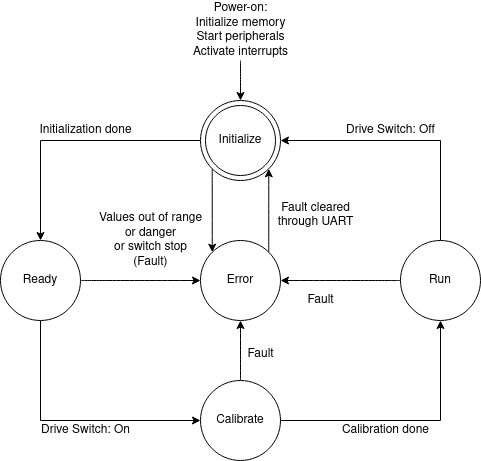
This is Overview/StateMachine.png from SR-Madsen/ElectricGoKart, a draw.io export, as it was before one commit. Source tidied: cells renumbered, new cells last; positions are measured from the earlier drawing's top-left corner, leaving out a move shared by most shapes. Source of this version:
```xml
<mxGraphModel>
  <root>
    <mxCell id="0" />
    <mxCell id="1" parent="0" />
    <mxCell id="2" style="edgeStyle=orthogonalEdgeStyle;rounded=0;jettySize=auto;html=1;" parent="1" edge="1" source="4" target="8">
      <mxGeometry relative="1" as="geometry" />
    </mxCell>
    <mxCell id="3" style="edgeStyle=orthogonalEdgeStyle;curved=1;jettySize=auto;html=1;exitX=0;exitY=1;exitDx=0;exitDy=0;entryX=0;entryY=0;entryDx=0;entryDy=0;" parent="1" edge="1" source="4" target="16">
      <mxGeometry relative="1" as="geometry" />
    </mxCell>
    <mxCell id="4" style="ellipse;whiteSpace=wrap;html=1;" parent="1" vertex="1">
      <mxGeometry x="200" y="100" width="80" height="80" as="geometry" />
    </mxCell>
    <mxCell id="5" value="Initialize" style="ellipse;whiteSpace=wrap;html=1;" parent="1" vertex="1">
      <mxGeometry x="205" y="105" width="70" height="70" as="geometry" />
    </mxCell>
    <mxCell id="6" style="edgeStyle=orthogonalEdgeStyle;curved=1;jettySize=auto;html=1;exitX=1;exitY=0.5;exitDx=0;exitDy=0;entryX=0;entryY=0.5;entryDx=0;entryDy=0;" parent="1" edge="1" source="8" target="16">
      <mxGeometry relative="1" as="geometry" />
    </mxCell>
    <mxCell id="7" style="edgeStyle=orthogonalEdgeStyle;rounded=0;jettySize=auto;html=1;exitX=0.5;exitY=1;exitDx=0;exitDy=0;entryX=0;entryY=0.5;entryDx=0;entryDy=0;" parent="1" edge="1" source="8" target="11">
      <mxGeometry relative="1" as="geometry" />
    </mxCell>
    <mxCell id="8" value="Ready" style="ellipse;whiteSpace=wrap;html=1;" parent="1" vertex="1">
      <mxGeometry y="240" width="80" height="80" as="geometry" />
    </mxCell>
    <mxCell id="9" style="edgeStyle=orthogonalEdgeStyle;rounded=0;jettySize=auto;html=1;entryX=0.5;entryY=1;entryDx=0;entryDy=0;" parent="1" edge="1" source="11" target="14">
      <mxGeometry relative="1" as="geometry" />
    </mxCell>
    <mxCell id="10" style="edgeStyle=orthogonalEdgeStyle;curved=1;jettySize=auto;html=1;exitX=0.5;exitY=0;exitDx=0;exitDy=0;entryX=0.5;entryY=1;entryDx=0;entryDy=0;" parent="1" edge="1" source="11" target="16">
      <mxGeometry relative="1" as="geometry" />
    </mxCell>
    <mxCell id="11" value="Calibrate" style="ellipse;whiteSpace=wrap;html=1;" parent="1" vertex="1">
      <mxGeometry x="200" y="380" width="80" height="80" as="geometry" />
    </mxCell>
    <mxCell id="12" style="edgeStyle=orthogonalEdgeStyle;rounded=0;jettySize=auto;html=1;exitX=0.5;exitY=0;exitDx=0;exitDy=0;entryX=1;entryY=0.5;entryDx=0;entryDy=0;" parent="1" edge="1" source="14" target="4">
      <mxGeometry relative="1" as="geometry" />
    </mxCell>
    <mxCell id="13" style="edgeStyle=orthogonalEdgeStyle;curved=1;jettySize=auto;html=1;exitX=0;exitY=0.5;exitDx=0;exitDy=0;entryX=1;entryY=0.5;entryDx=0;entryDy=0;" parent="1" edge="1" source="14" target="16">
      <mxGeometry relative="1" as="geometry" />
    </mxCell>
    <mxCell id="14" value="Run" style="ellipse;whiteSpace=wrap;html=1;" parent="1" vertex="1">
      <mxGeometry x="400" y="240" width="80" height="80" as="geometry" />
    </mxCell>
    <mxCell id="15" style="edgeStyle=orthogonalEdgeStyle;curved=1;jettySize=auto;html=1;exitX=1;exitY=0;exitDx=0;exitDy=0;entryX=1;entryY=1;entryDx=0;entryDy=0;" parent="1" edge="1" source="16" target="4">
      <mxGeometry relative="1" as="geometry" />
    </mxCell>
    <mxCell id="16" value="Error" style="ellipse;whiteSpace=wrap;html=1;" parent="1" vertex="1">
      <mxGeometry x="200" y="240" width="80" height="80" as="geometry" />
    </mxCell>
    <mxCell id="17" value="Initialization done" style="text;html=1;align=center;verticalAlign=middle;" parent="1" vertex="1">
      <mxGeometry x="30" y="120" width="110" height="20" as="geometry" />
    </mxCell>
    <mxCell id="18" value="Drive Switch: On" style="text;html=1;align=center;verticalAlign=middle;" parent="1" vertex="1">
      <mxGeometry x="35" y="420" width="100" height="20" as="geometry" />
    </mxCell>
    <mxCell id="19" value="Calibration done" style="text;html=1;align=center;verticalAlign=middle;" parent="1" vertex="1">
      <mxGeometry x="330" y="420" width="110" height="20" as="geometry" />
    </mxCell>
    <mxCell id="20" value="Drive Switch: Off" style="text;html=1;align=center;verticalAlign=middle;" parent="1" vertex="1">
      <mxGeometry x="340" y="120" width="100" height="20" as="geometry" />
    </mxCell>
    <mxCell id="21" value="&lt;div&gt;Values out of range&lt;/div&gt;&lt;div&gt;or danger&lt;/div&gt;&lt;div&gt;or switch stop&lt;/div&gt;&lt;div&gt;(Fault)&lt;br&gt;&lt;/div&gt;" style="text;html=1;align=center;verticalAlign=middle;" parent="1" vertex="1">
      <mxGeometry x="90" y="210" width="120" height="60" as="geometry" />
    </mxCell>
    <mxCell id="22" value="Fault" style="text;html=1;align=center;verticalAlign=middle;" parent="1" vertex="1">
      <mxGeometry x="300" y="290" width="40" height="20" as="geometry" />
    </mxCell>
    <mxCell id="23" value="Fault" style="text;html=1;align=center;verticalAlign=middle;" parent="1" vertex="1">
      <mxGeometry x="240" y="344" width="40" height="20" as="geometry" />
    </mxCell>
    <mxCell id="24" style="edgeStyle=orthogonalEdgeStyle;curved=1;jettySize=auto;html=1;" parent="1" edge="1" source="25">
      <mxGeometry relative="1" as="geometry">
        <mxPoint x="240" y="100" as="targetPoint" />
      </mxGeometry>
    </mxCell>
    <mxCell id="25" value="&lt;div&gt;Power-on:&lt;/div&gt;&lt;div&gt;Initialize memory&lt;br&gt;&lt;/div&gt;&lt;div&gt;Start peripherals&lt;/div&gt;&lt;div&gt;Activate interrupts&lt;/div&gt;" style="text;html=1;align=center;verticalAlign=middle;points=[];" parent="1" vertex="1">
      <mxGeometry x="185" width="110" height="60" as="geometry" />
    </mxCell>
    <mxCell id="26" value="&lt;div&gt;Fault cleared&lt;/div&gt;&lt;div&gt;through UART&lt;br&gt;&lt;/div&gt;" style="text;html=1;align=center;verticalAlign=middle;" parent="1" vertex="1">
      <mxGeometry x="270" y="200" width="90" height="30" as="geometry" />
    </mxCell>
  </root>
</mxGraphModel>
```
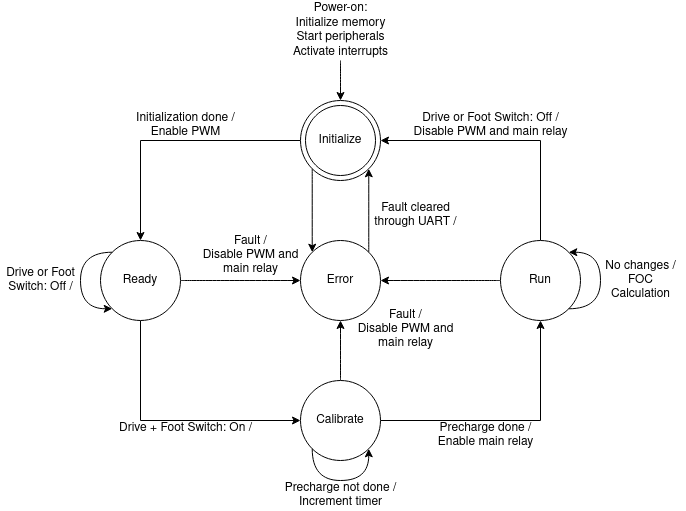
After the commit.

What changed in the source:
```diff
@@ -47,37 +47,67 @@
     <mxCell id="16" value="Error" style="ellipse;whiteSpace=wrap;html=1;" parent="1" vertex="1">
       <mxGeometry x="200" y="240" width="80" height="80" as="geometry" />
     </mxCell>
-    <mxCell id="17" value="Initialization done" style="text;html=1;align=center;verticalAlign=middle;" parent="1" vertex="1">
-      <mxGeometry x="30" y="120" width="110" height="20" as="geometry" />
+    <mxCell id="17" value="&lt;div&gt;Initialization done /&lt;/div&gt;Enable PWM" style="text;html=1;align=center;verticalAlign=middle;" parent="1" vertex="1">
+      <mxGeometry x="30" y="110" width="110" height="30" as="geometry" />
     </mxCell>
-    <mxCell id="18" value="Drive Switch: On" style="text;html=1;align=center;verticalAlign=middle;" parent="1" vertex="1">
-      <mxGeometry x="35" y="420" width="100" height="20" as="geometry" />
+    <mxCell id="18" value="&lt;div&gt;Drive + Foot Switch: On /&lt;/div&gt;&lt;div&gt;&lt;br&gt;&lt;/div&gt;" style="text;html=1;align=center;verticalAlign=middle;" parent="1" vertex="1">
+      <mxGeometry x="10" y="420" width="150" height="30" as="geometry" />
     </mxCell>
-    <mxCell id="19" value="Calibration done" style="text;html=1;align=center;verticalAlign=middle;" parent="1" vertex="1">
-      <mxGeometry x="330" y="420" width="110" height="20" as="geometry" />
+    <mxCell id="19" value="&lt;div&gt;Precharge done /&lt;/div&gt;&lt;div&gt;Enable main relay&lt;br&gt;&lt;/div&gt;" style="text;html=1;align=center;verticalAlign=middle;" parent="1" vertex="1">
+      <mxGeometry x="330" y="420" width="110" height="30" as="geometry" />
     </mxCell>
-    <mxCell id="20" value="Drive Switch: Off" style="text;html=1;align=center;verticalAlign=middle;" parent="1" vertex="1">
-      <mxGeometry x="340" y="120" width="100" height="20" as="geometry" />
+    <mxCell id="20" value="&lt;div&gt;Drive or Foot Switch: Off /&lt;/div&gt;&lt;div&gt;Disable PWM and main relay&lt;br&gt;&lt;/div&gt;" style="text;html=1;align=center;verticalAlign=middle;" parent="1" vertex="1">
+      <mxGeometry x="305" y="110" width="170" height="30" as="geometry" />
     </mxCell>
-    <mxCell id="21" value="&lt;div&gt;Values out of range&lt;/div&gt;&lt;div&gt;or danger&lt;/div&gt;&lt;div&gt;or switch stop&lt;/div&gt;&lt;div&gt;(Fault)&lt;br&gt;&lt;/div&gt;" style="text;html=1;align=center;verticalAlign=middle;" parent="1" vertex="1">
-      <mxGeometry x="90" y="210" width="120" height="60" as="geometry" />
+    <mxCell id="21" value="&lt;div&gt;Fault /&lt;/div&gt;&lt;div&gt;Disable PWM and&lt;/div&gt;&lt;div&gt;main relay&lt;br&gt;&lt;/div&gt;" style="text;html=1;align=center;verticalAlign=middle;" parent="1" vertex="1">
+      <mxGeometry x="95" y="230" width="110" height="50" as="geometry" />
     </mxCell>
-    <mxCell id="22" value="Fault" style="text;html=1;align=center;verticalAlign=middle;" parent="1" vertex="1">
-      <mxGeometry x="300" y="290" width="40" height="20" as="geometry" />
+    <mxCell id="22" value="&lt;div&gt;Fault /&lt;/div&gt;&lt;div&gt;Disable PWM and&lt;/div&gt;&lt;div&gt;main relay&lt;br&gt;&lt;/div&gt;" style="text;html=1;align=center;verticalAlign=middle;" parent="1" vertex="1">
+      <mxGeometry x="250" y="304" width="110" height="50" as="geometry" />
     </mxCell>
-    <mxCell id="23" value="Fault" style="text;html=1;align=center;verticalAlign=middle;" parent="1" vertex="1">
-      <mxGeometry x="240" y="344" width="40" height="20" as="geometry" />
+    <mxCell id="23" style="edgeStyle=orthogonalEdgeStyle;curved=1;jettySize=auto;html=1;" parent="1" edge="1" source="24">
+      <mxGeometry relative="1" as="geometry">
+        <mxPoint x="240" y="100" as="targetPoint" />
+      </mxGeometry>
     </mxCell>
-    <mxCell id="24" style="edgeStyle=orthogonalEdgeStyle;curved=1;jettySize=auto;html=1;" parent="1" edge="1" source="25">
-      <mxGeometry relative="1" as="geometry">
-        <mxPoint x="240" y="100" as="targetPoint" />
-      </mxGeometry>
+    <mxCell id="24" value="&lt;div&gt;Power-on:&lt;/div&gt;&lt;div&gt;Initialize memory&lt;br&gt;&lt;/div&gt;&lt;div&gt;Start peripherals&lt;/div&gt;&lt;div&gt;Activate interrupts&lt;/div&gt;" style="text;html=1;align=center;verticalAlign=middle;points=[];" parent="1" vertex="1">
+      <mxGeometry x="185" width="110" height="60" as="geometry" />
     </mxCell>
-    <mxCell id="25" value="&lt;div&gt;Power-on:&lt;/div&gt;&lt;div&gt;Initialize memory&lt;br&gt;&lt;/div&gt;&lt;div&gt;Start peripherals&lt;/div&gt;&lt;div&gt;Activate interrupts&lt;/div&gt;" style="text;html=1;align=center;verticalAlign=middle;points=[];" parent="1" vertex="1">
-      <mxGeometry x="185" width="110" height="60" as="geometry" />
+    <mxCell id="25" value="&lt;div&gt;Fault cleared&lt;/div&gt;&lt;div&gt;through UART /&lt;/div&gt;" style="text;html=1;align=center;verticalAlign=middle;points=[];" parent="1" vertex="1">
+      <mxGeometry x="265" y="200" width="100" height="30" as="geometry" />
     </mxCell>
-    <mxCell id="26" value="&lt;div&gt;Fault cleared&lt;/div&gt;&lt;div&gt;through UART&lt;br&gt;&lt;/div&gt;" style="text;html=1;align=center;verticalAlign=middle;" parent="1" vertex="1">
-      <mxGeometry x="270" y="200" width="90" height="30" as="geometry" />
+    <mxCell id="26" style="edgeStyle=orthogonalEdgeStyle;orthogonalLoop=1;jettySize=auto;html=1;exitX=0;exitY=0;exitDx=0;exitDy=0;entryX=0;entryY=1;entryDx=0;entryDy=0;curved=1;" parent="1" edge="1" source="8" target="8">
+      <mxGeometry relative="1" as="geometry">
+        <Array as="points">
+          <mxPoint x="-20" y="252" />
+          <mxPoint x="-20" y="308" />
+        </Array>
+      </mxGeometry>
     </mxCell>
+    <mxCell id="27" value="&lt;div&gt;Drive or Foot&lt;/div&gt;&lt;div&gt;Switch: Off /&lt;/div&gt;" style="text;html=1;align=center;verticalAlign=middle;strokeColor=none;" parent="1" vertex="1">
+      <mxGeometry x="-100" y="265" width="80" height="30" as="geometry" />
+    </mxCell>
+    <mxCell id="28" style="edgeStyle=orthogonalEdgeStyle;curved=1;orthogonalLoop=1;jettySize=auto;html=1;exitX=0;exitY=1;exitDx=0;exitDy=0;entryX=1;entryY=1;entryDx=0;entryDy=0;" parent="1" edge="1" source="11" target="11">
+      <mxGeometry relative="1" as="geometry">
+        <Array as="points">
+          <mxPoint x="212" y="480" />
+          <mxPoint x="268" y="480" />
+        </Array>
+      </mxGeometry>
+    </mxCell>
+    <mxCell id="29" value="&lt;div&gt;Precharge not done /&lt;/div&gt;&lt;div&gt;Increment timer&lt;br&gt;&lt;/div&gt;" style="text;html=1;align=center;verticalAlign=middle;strokeColor=none;" parent="1" vertex="1">
+      <mxGeometry x="175" y="480" width="130" height="30" as="geometry" />
+    </mxCell>
+    <mxCell id="30" style="edgeStyle=orthogonalEdgeStyle;curved=1;orthogonalLoop=1;jettySize=auto;html=1;exitX=1;exitY=1;exitDx=0;exitDy=0;entryX=1;entryY=0;entryDx=0;entryDy=0;" parent="1" edge="1" source="14" target="14">
+      <mxGeometry relative="1" as="geometry">
+        <Array as="points">
+          <mxPoint x="500" y="308" />
+          <mxPoint x="500" y="252" />
+        </Array>
+      </mxGeometry>
+    </mxCell>
+    <mxCell id="31" value="&lt;div&gt;No changes /&lt;/div&gt;&lt;div&gt;FOC &lt;br&gt;&lt;/div&gt;&lt;div&gt;Calculation&lt;br&gt;&lt;/div&gt;" style="text;html=1;align=center;verticalAlign=middle;strokeColor=none;" parent="1" vertex="1">
+      <mxGeometry x="495" y="255" width="90" height="50" as="geometry" />
+    </mxCell>
   </root>
 </mxGraphModel>
```
